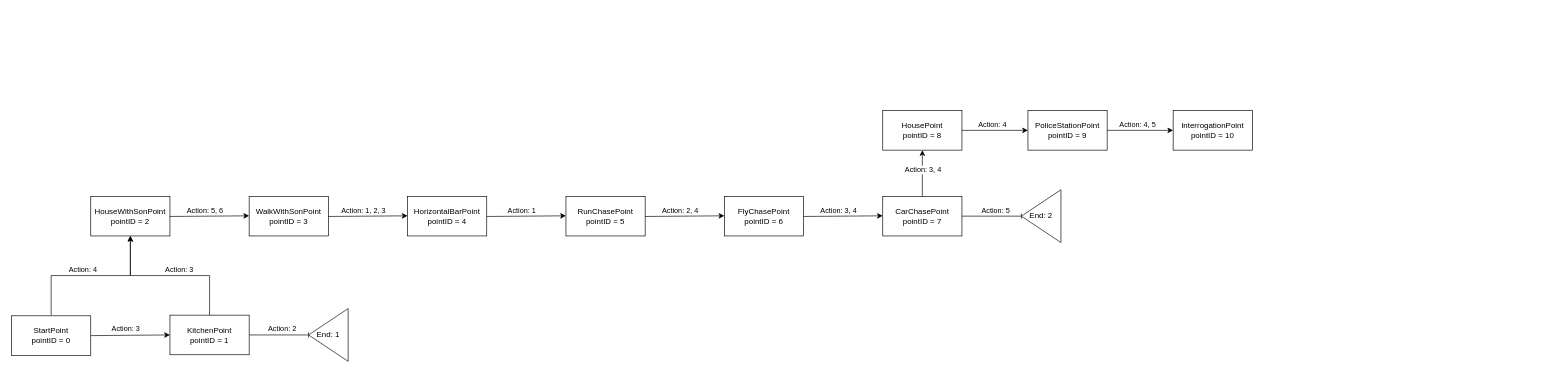
AndryMasl/AGU_text_quest keeps this draw.io diagram as PointTree.drawio. Above is the earlier version. Source tidied: cells renumbered, new cells numbered last; positions are measured from the earlier drawing's top-left corner, leaving out a move shared by most shapes. Both pictures are drawn from the tidied source at 66%, with x=0, y=0 at pixel (11, 110).
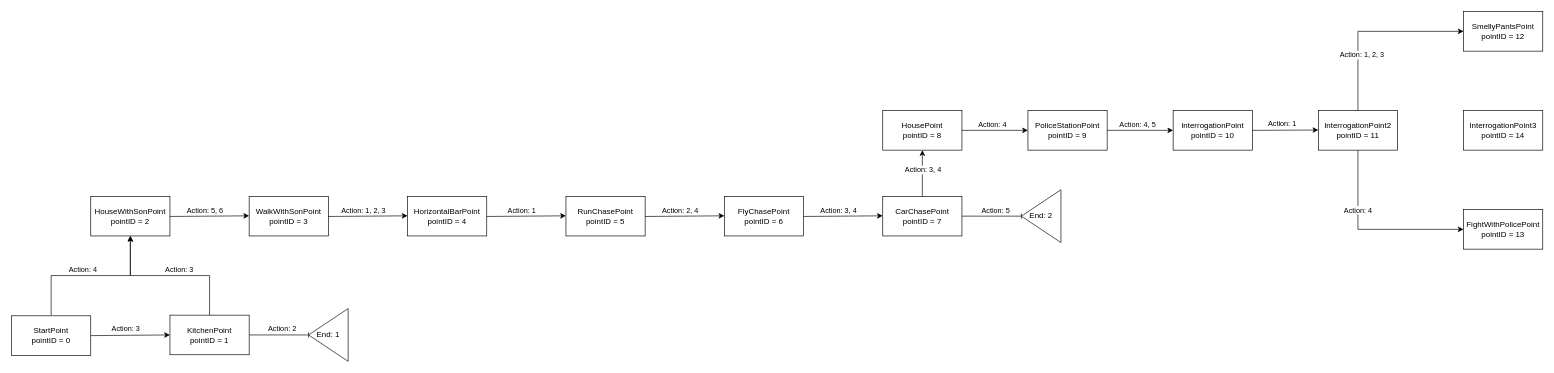
The same page after the edit.

The change refers to these unchanged cells:
```xml
<mxCell id="38" value="&lt;div&gt;InterrogationPoint&lt;/div&gt;&lt;div&gt;pointID = 10&lt;/div&gt;" style="rounded=0;whiteSpace=wrap;html=1;" parent="1" vertex="1">
  <mxGeometry x="1760" width="120" height="60" as="geometry" />
</mxCell>
```

Diff of the diagram source:
```diff
@@
+    <mxCell id="41" style="edgeStyle=orthogonalEdgeStyle;rounded=0;jettySize=auto;html=1;exitX=0.5;exitY=1;exitDx=0;exitDy=0;entryX=0;entryY=0.5;entryDx=0;entryDy=0;" parent="1" edge="1" source="43" target="47">
+      <mxGeometry relative="1" as="geometry" />
+    </mxCell>
+    <mxCell id="42" value="Action: 4" style="edgeLabel;html=1;align=center;verticalAlign=middle;" parent="41" vertex="1">
+      <mxGeometry x="-0.09" relative="1" as="geometry">
+        <mxPoint x="-8" y="-30" as="offset" />
+      </mxGeometry>
+    </mxCell>
+    <mxCell id="43" value="&lt;div&gt;InterrogationPoint2&lt;/div&gt;&lt;div&gt;pointID = 11&lt;/div&gt;" style="rounded=0;whiteSpace=wrap;html=1;" parent="1" vertex="1">
+      <mxGeometry x="1980" width="120" height="60" as="geometry" />
+    </mxCell>
+    <mxCell id="44" style="endArrow=classic;html=1;rounded=0;entryX=0;entryY=0.5;entryDx=0;entryDy=0;exitX=1;exitY=0.5;exitDx=0;exitDy=0;" parent="1" edge="1" source="38">
+      <mxGeometry relative="1" as="geometry">
+        <mxPoint x="1980" y="29.5" as="targetPoint" />
+      </mxGeometry>
+    </mxCell>
+    <mxCell id="45" value="Action: 1" style="edgeLabel;html=1;align=center;verticalAlign=middle;" parent="44" vertex="1">
+      <mxGeometry x="-0.11" relative="1" as="geometry">
+        <mxPoint y="-10" as="offset" />
+      </mxGeometry>
+    </mxCell>
+    <mxCell id="46" value="&lt;div&gt;SmellyPantsPoint&lt;/div&gt;&lt;div&gt;pointID = 12&lt;/div&gt;" style="rounded=0;whiteSpace=wrap;html=1;" parent="1" vertex="1">
+      <mxGeometry x="2200" y="-150" width="120" height="60" as="geometry" />
+    </mxCell>
+    <mxCell id="47" value="&lt;div&gt;FightWithPolicePoint&lt;/div&gt;&lt;div&gt;pointID = 13&lt;/div&gt;" style="rounded=0;whiteSpace=wrap;html=1;" parent="1" vertex="1">
+      <mxGeometry x="2200" y="150" width="120" height="60" as="geometry" />
+    </mxCell>
+    <mxCell id="48" style="endArrow=classic;html=1;rounded=0;entryX=0;entryY=0.5;entryDx=0;entryDy=0;exitX=0.5;exitY=0;exitDx=0;exitDy=0;edgeStyle=orthogonalEdgeStyle;" parent="1" edge="1" source="43" target="46">
+      <mxGeometry relative="1" as="geometry" />
+    </mxCell>
+    <mxCell id="49" value="Action: 1, 2, 3" style="edgeLabel;html=1;align=center;verticalAlign=middle;" parent="48" vertex="1">
+      <mxGeometry x="-0.11" relative="1" as="geometry">
+        <mxPoint y="35" as="offset" />
+      </mxGeometry>
+    </mxCell>
+    <mxCell id="50" value="&lt;div&gt;InterrogationPoint3&lt;/div&gt;&lt;div&gt;pointID = 14&lt;/div&gt;" style="rounded=0;whiteSpace=wrap;html=1;" parent="1" vertex="1">
+      <mxGeometry x="2200" width="120" height="60" as="geometry" />
+    </mxCell>
```
